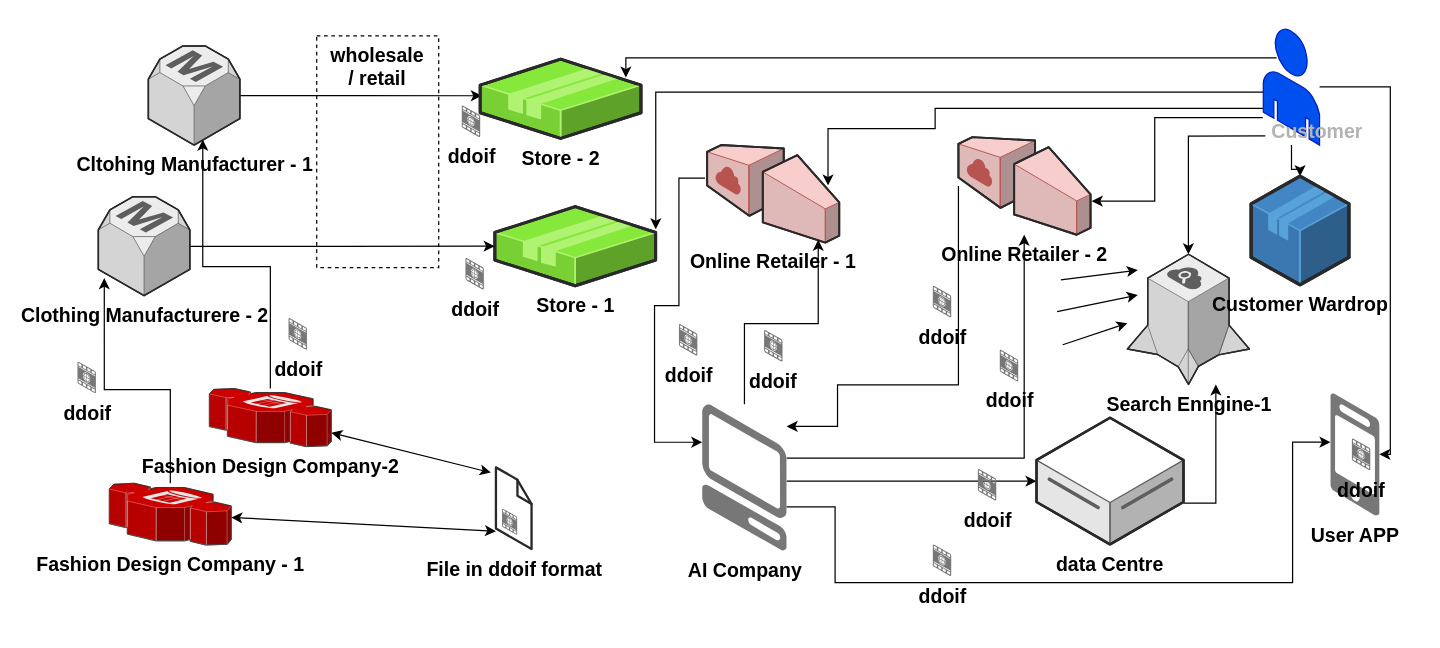
The draw.io diagram ddoif_workflow.drawio in morawi/ddoif, before the edit. Source tidied: cells renumbered, new cells numbered last; positions are measured from the earlier drawing's top-left corner, leaving out a move shared by most shapes. Both pictures are drawn from the tidied source at 122%, with x=0, y=0 at pixel (77, 28).
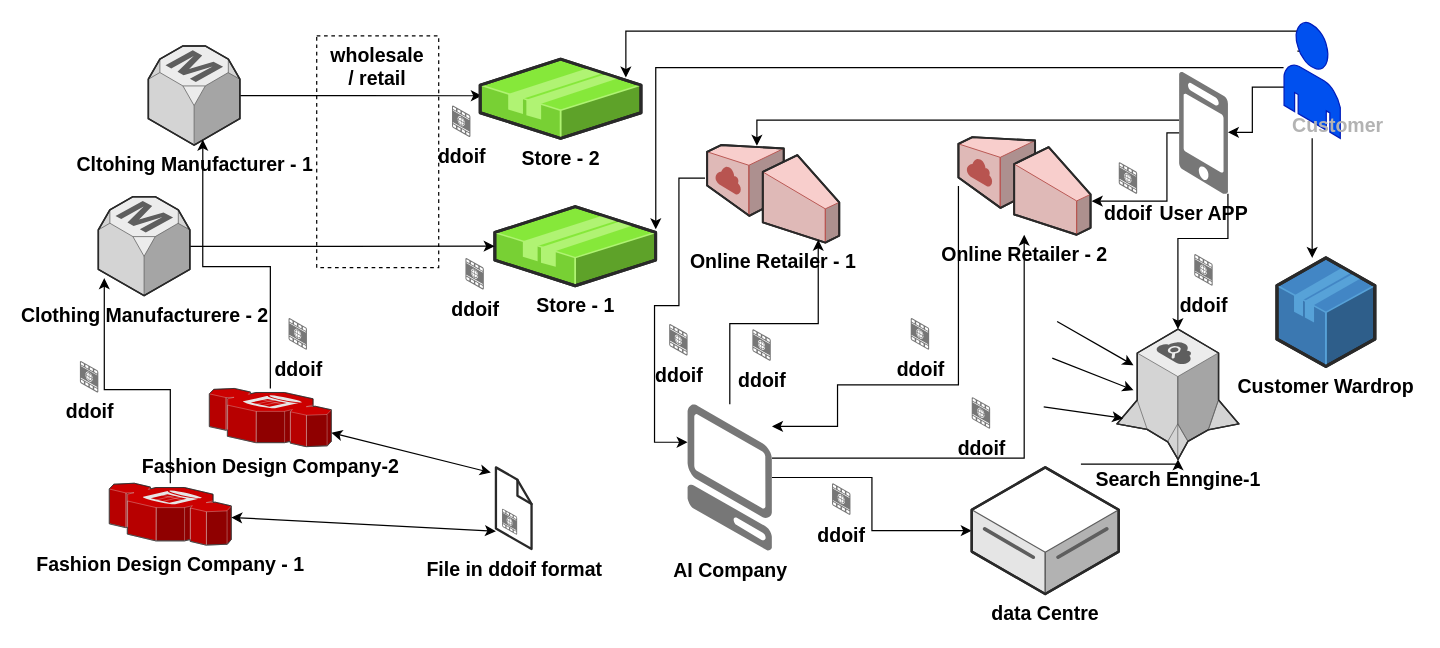
The same page after the edit.

Unchanged cells that the change refers to:
```xml
<mxCell id="4" value="&lt;b style=&quot;font-size: 16px;&quot;&gt;Online Retailer - 1&lt;/b&gt;" style="verticalLabelPosition=bottom;html=1;verticalAlign=top;strokeWidth=1;dashed=0;shape=mxgraph.aws3d.internetGateway;fillColor=#f8cecc;strokeColor=#b85450;rounded=1;shadow=0;comic=0;fontSize=16;flipH=1;flipV=0;fontFamily=Helvetica;" parent="1" vertex="1">
  <mxGeometry x="516.1" y="95.4" width="108.3" height="80" as="geometry" />
</mxCell>
<mxCell id="5" value="&lt;b style=&quot;font-size: 16px;&quot;&gt;Store - 1&lt;/b&gt;" style="verticalLabelPosition=bottom;html=1;verticalAlign=top;strokeWidth=1;dashed=0;shape=mxgraph.aws3d.application2;fillColor=#86E83A;strokeColor=#B0F373;rounded=1;shadow=0;comic=0;fontSize=16;fontFamily=Helvetica;" parent="1" vertex="1">
  <mxGeometry x="342.1" y="145.8" width="131.8" height="64.9" as="geometry" />
</mxCell>
<mxCell id="13" value="&lt;b style=&quot;font-size: 16px&quot;&gt;&lt;font style=&quot;font-size: 16px&quot;&gt;&lt;br style=&quot;font-size: 16px&quot;&gt;&lt;br style=&quot;font-size: 16px&quot;&gt;&lt;font color=&quot;#b3b3b3&quot;&gt;Customer&amp;nbsp; &amp;nbsp; &amp;nbsp;&lt;/font&gt;&lt;/font&gt;&lt;/b&gt;" style="text;html=1;align=center;verticalAlign=middle;points=[];shadow=0;fontSize=16;fontFamily=Helvetica;" parent="12" vertex="1">
  <mxGeometry x="-0.4" y="35.4" width="110" height="60" as="geometry" />
</mxCell>
<mxCell id="36" value="&lt;b style=&quot;font-size: 16px;&quot;&gt;Online Retailer - 2&lt;/b&gt;" style="verticalLabelPosition=bottom;html=1;verticalAlign=top;strokeWidth=1;dashed=0;shape=mxgraph.aws3d.internetGateway;fillColor=#f8cecc;strokeColor=#b85450;rounded=1;shadow=0;comic=0;fontSize=16;flipH=1;flipV=0;fontFamily=Helvetica;" parent="1" vertex="1">
  <mxGeometry x="722.1" y="88.9" width="108.3" height="80" as="geometry" />
</mxCell>
<mxCell id="39" value="&lt;b style=&quot;font-size: 16px;&quot;&gt;Store - 2&lt;/b&gt;" style="verticalLabelPosition=bottom;html=1;verticalAlign=top;strokeWidth=1;dashed=0;shape=mxgraph.aws3d.application2;fillColor=#86E83A;strokeColor=#B0F373;rounded=1;shadow=0;comic=0;fontSize=16;fontFamily=Helvetica;" parent="1" vertex="1">
  <mxGeometry x="330.1" y="25" width="131.8" height="64.9" as="geometry" />
</mxCell>
```

What changed in the source:
```diff
@@
-    <mxCell id="8" style="edgeStyle=orthogonalEdgeStyle;rounded=0;jettySize=auto;html=1;fontSize=16;fontFamily=Helvetica;entryX=1.001;entryY=0.287;entryDx=0;entryDy=0;entryPerimeter=0;" parent="1" edge="1" source="12" target="5">
+    <mxCell id="8" style="edgeStyle=orthogonalEdgeStyle;rounded=0;jettySize=auto;html=1;fontSize=16;fontFamily=Helvetica;entryX=1.001;entryY=0.287;entryDx=0;entryDy=0;entryPerimeter=0;" parent="1" edge="1" source="13" target="5">
       <mxGeometry relative="1" as="geometry">
         <Array as="points">
-          <mxPoint x="474" y="52" />
+          <mxPoint x="1027" y="32" />
+          <mxPoint x="474" y="32" />
         </Array>
       </mxGeometry>
     </mxCell>
     <mxCell id="9" style="edgeStyle=orthogonalEdgeStyle;rounded=0;jettySize=auto;html=1;entryX=0.906;entryY=0.233;entryDx=0;entryDy=0;entryPerimeter=0;fontSize=16;exitX=0.237;exitY=0.25;exitDx=0;exitDy=0;exitPerimeter=0;fontFamily=Helvetica;" parent="1" edge="1" source="12" target="39">
       <mxGeometry relative="1" as="geometry">
         <Array as="points">
-          <mxPoint x="449.1" y="23.9" />
+          <mxPoint x="1006" y="2" />
+          <mxPoint x="450" y="2" />
         </Array>
       </mxGeometry>
     </mxCell>
+    <mxCell id="11" style="edgeStyle=orthogonalEdgeStyle;rounded=0;jettySize=auto;html=1;fontSize=16;fontFamily=Helvetica;" parent="1" edge="1" source="12" target="25">
+      <mxGeometry relative="1" as="geometry">
+        <Array as="points">
+          <mxPoint x="1023" y="48" />
+        </Array>
+      </mxGeometry>
+    </mxCell>
+    <mxCell id="57" style="edgeStyle=orthogonalEdgeStyle;rounded=0;jettySize=auto;html=1;" parent="1" edge="1" source="22" target="14">
+      <mxGeometry relative="1" as="geometry">
+        <Array as="points">
+          <mxPoint x="943" y="172" />
+          <mxPoint x="902" y="172" />
+        </Array>
+      </mxGeometry>
+    </mxCell>
-    <mxCell id="10" style="edgeStyle=orthogonalEdgeStyle;rounded=0;jettySize=auto;html=1;fontSize=16;fontFamily=Helvetica;" parent="1" edge="1" source="12" target="22">
+    <mxCell id="10" style="edgeStyle=orthogonalEdgeStyle;rounded=0;jettySize=auto;html=1;" parent="1" edge="1" source="12" target="22">
       <mxGeometry relative="1" as="geometry">
         <Array as="points">
-          <mxPoint x="1076.1" y="47.9" />
-          <mxPoint x="1076.1" y="348.9" />
+          <mxPoint x="963" y="48" />
+          <mxPoint x="963" y="85" />
         </Array>
       </mxGeometry>
     </mxCell>
-    <mxCell id="11" style="edgeStyle=orthogonalEdgeStyle;rounded=0;jettySize=auto;html=1;fontSize=16;fontFamily=Helvetica;" parent="1" edge="1" source="12" target="25">
-      <mxGeometry relative="1" as="geometry" />
-    </mxCell>
     <mxCell id="12" style="verticalLabelPosition=bottom;html=1;verticalAlign=top;strokeWidth=1;align=center;outlineConnect=0;dashed=0;outlineConnect=0;shape=mxgraph.aws3d.end_user;strokeColor=#001DBC;fillColor=#0050ef;fontColor=#ffffff;shadow=0;fontSize=16;fontFamily=Helvetica;" parent="1" vertex="1">
-      <mxGeometry x="972" width="46.1" height="95.4" as="geometry" />
+      <mxGeometry x="989" y="-5.5" width="46.1" height="95.4" as="geometry" />
     </mxCell>
@@
     <mxCell id="14" value="&lt;font style=&quot;font-size: 16px;&quot;&gt;&lt;b style=&quot;font-size: 16px;&quot;&gt;Search Enngine-1&lt;/b&gt;&lt;/font&gt;" style="verticalLabelPosition=bottom;html=1;verticalAlign=top;strokeWidth=1;align=center;outlineConnect=0;dashed=0;outlineConnect=0;shape=mxgraph.aws3d.searchEngine;fillColor=#ECECEC;strokeColor=#5E5E5E;shadow=0;fontSize=16;fontFamily=Helvetica;" parent="1" vertex="1">
-      <mxGeometry x="860.6" y="184.9" width="100" height="106.7" as="geometry" />
+      <mxGeometry x="852" y="246.3" width="100" height="106.7" as="geometry" />
     </mxCell>
@@
+    <mxCell id="17" style="edgeStyle=orthogonalEdgeStyle;rounded=0;jettySize=auto;html=1;entryX=0.159;entryY=0.97;entryDx=0;entryDy=0;entryPerimeter=0;" parent="1" edge="1" source="18" target="4">
+      <mxGeometry relative="1" as="geometry" />
+    </mxCell>
-    <mxCell id="16" style="edgeStyle=orthogonalEdgeStyle;rounded=0;jettySize=auto;html=1;fontSize=16;fontFamily=Helvetica;" parent="1" edge="1" source="18" target="21">
-      <mxGeometry relative="1" as="geometry">
-        <Array as="points">
-          <mxPoint x="686.1" y="370.9" />
-          <mxPoint x="686.1" y="370.9" />
-        </Array>
-      </mxGeometry>
+    <mxCell id="16" style="edgeStyle=orthogonalEdgeStyle;rounded=0;jettySize=auto;html=1;" parent="1" edge="1" source="18" target="21">
+      <mxGeometry relative="1" as="geometry" />
     </mxCell>
-    <mxCell id="17" style="edgeStyle=orthogonalEdgeStyle;rounded=0;jettySize=auto;html=1;entryX=0.159;entryY=0.97;entryDx=0;entryDy=0;entryPerimeter=0;" parent="1" edge="1" source="18" target="4">
-      <mxGeometry relative="1" as="geometry" />
-    </mxCell>
     <mxCell id="18" value="&lt;span style=&quot;font-size: 16px;&quot;&gt;&lt;b style=&quot;font-size: 16px;&quot;&gt;AI Company&lt;/b&gt;&lt;/span&gt;" style="verticalLabelPosition=bottom;html=1;verticalAlign=top;strokeWidth=1;align=center;outlineConnect=0;dashed=0;outlineConnect=0;shape=mxgraph.aws3d.client;strokeColor=none;fillColor=#777777;shadow=0;fontSize=16;fontFamily=Helvetica;" parent="1" vertex="1">
-      <mxGeometry x="512.1" y="307.9" width="69.2" height="120" as="geometry" />
+      <mxGeometry x="500.1" y="307.9" width="69.2" height="120" as="geometry" />
     </mxCell>
-    <mxCell id="19" style="edgeStyle=orthogonalEdgeStyle;rounded=0;jettySize=auto;html=1;fontSize=16;fontFamily=Helvetica;" parent="1" edge="1" source="21" target="14">
+    <mxCell id="19" style="edgeStyle=orthogonalEdgeStyle;rounded=0;jettySize=auto;html=1;fontSize=16;fontFamily=Helvetica;" parent="1" edge="1" target="14">
       <mxGeometry relative="1" as="geometry">
+        <mxPoint x="822.5" y="356.9" as="sourcePoint" />
         <Array as="points">
-          <mxPoint x="933.1" y="388.9" />
+          <mxPoint x="902.1" y="356.9" />
         </Array>
       </mxGeometry>
     </mxCell>
-    <mxCell id="20" style="edgeStyle=orthogonalEdgeStyle;rounded=0;jettySize=auto;html=1;fontSize=16;entryX=0;entryY=0.4;entryDx=0;entryDy=0;entryPerimeter=0;fontFamily=Helvetica;" parent="1" edge="1" source="18" target="22">
-      <mxGeometry relative="1" as="geometry">
-        <Array as="points">
-          <mxPoint x="621" y="392" />
-          <mxPoint x="621" y="454" />
-          <mxPoint x="996" y="454" />
-          <mxPoint x="996" y="339" />
-        </Array>
-      </mxGeometry>
-    </mxCell>
     <mxCell id="21" value="&lt;font style=&quot;font-size: 16px;&quot;&gt;&lt;b style=&quot;font-size: 16px;&quot;&gt;data Centre&lt;/b&gt;&lt;/font&gt;" style="verticalLabelPosition=bottom;html=1;verticalAlign=top;strokeWidth=1;align=center;outlineConnect=0;dashed=0;outlineConnect=0;shape=mxgraph.aws3d.dataServer;strokeColor=#5E5E5E;shadow=0;fontSize=16;fontFamily=Helvetica;" parent="1" vertex="1">
-      <mxGeometry x="786.1" y="318.9" width="120.5" height="103.8" as="geometry" />
+      <mxGeometry x="733" y="359.6" width="120.5" height="103.8" as="geometry" />
     </mxCell>
+    <mxCell id="58" style="edgeStyle=orthogonalEdgeStyle;rounded=0;jettySize=auto;html=1;entryX=0.623;entryY=0.008;entryDx=0;entryDy=0;entryPerimeter=0;" parent="1" edge="1" source="22" target="4">
+      <mxGeometry relative="1" as="geometry">
+        <Array as="points">
+          <mxPoint x="557" y="75" />
+        </Array>
+      </mxGeometry>
+    </mxCell>
     <mxCell id="22" value="&lt;font style=&quot;font-size: 16px;&quot;&gt;&lt;b style=&quot;font-size: 16px;&quot;&gt;User APP&lt;/b&gt;&lt;/font&gt;" style="verticalLabelPosition=bottom;html=1;verticalAlign=top;strokeWidth=1;align=center;outlineConnect=0;dashed=0;outlineConnect=0;shape=mxgraph.aws3d.mobile_worker;strokeColor=none;fillColor=#777777;shadow=0;fontSize=16;fontFamily=Helvetica;" parent="1" vertex="1">
-      <mxGeometry x="1027.1" y="298.9" width="40" height="100" as="geometry" />
+      <mxGeometry x="903" y="35.4" width="40" height="100" as="geometry" />
     </mxCell>
@@
     <mxCell id="25" value="&lt;b style=&quot;font-size: 16px;&quot;&gt;&lt;font style=&quot;font-size: 16px;&quot;&gt;Customer Wardrop&lt;/font&gt;&lt;/b&gt;" style="verticalLabelPosition=bottom;html=1;verticalAlign=top;strokeWidth=1;align=center;outlineConnect=0;dashed=0;outlineConnect=0;shape=mxgraph.aws3d.application;fillColor=#4286c5;strokeColor=#57A2D8;shadow=0;fontSize=16;fontFamily=Helvetica;" parent="1" vertex="1">
-      <mxGeometry x="962" y="120.9" width="80.2" height="89" as="geometry" />
+      <mxGeometry x="983.2" y="187.9" width="80.2" height="89" as="geometry" />
     </mxCell>
@@
-    <mxCell id="37" style="edgeStyle=orthogonalEdgeStyle;rounded=0;jettySize=auto;html=1;fontSize=16;fontFamily=Helvetica;entryX=0.085;entryY=0.414;entryDx=0;entryDy=0;entryPerimeter=0;" parent="1" edge="1" source="13" target="4">
-      <mxGeometry relative="1" as="geometry">
-        <Array as="points">
-          <mxPoint x="703" y="65" />
-          <mxPoint x="703" y="82" />
-          <mxPoint x="615" y="82" />
-        </Array>
-      </mxGeometry>
-    </mxCell>
-    <mxCell id="38" style="edgeStyle=orthogonalEdgeStyle;rounded=0;jettySize=auto;html=1;entryX=-0.009;entryY=0.656;entryDx=0;entryDy=0;entryPerimeter=0;fontSize=16;fontFamily=Helvetica;" parent="1" edge="1" source="13" target="36">
+    <mxCell id="38" style="edgeStyle=orthogonalEdgeStyle;rounded=0;jettySize=auto;html=1;entryX=-0.009;entryY=0.656;entryDx=0;entryDy=0;entryPerimeter=0;fontSize=16;fontFamily=Helvetica;" parent="1" edge="1" source="22" target="36">
       <mxGeometry relative="1" as="geometry">
         <Array as="points">
-          <mxPoint x="883" y="73" />
-          <mxPoint x="883" y="141" />
+          <mxPoint x="893" y="85" />
+          <mxPoint x="893" y="141" />
         </Array>
       </mxGeometry>
     </mxCell>
@@
-    <mxCell id="40" style="edgeStyle=orthogonalEdgeStyle;rounded=0;jettySize=auto;html=1;fontSize=16;exitX=0.019;exitY=0.876;exitDx=0;exitDy=0;exitPerimeter=0;fontFamily=Helvetica;" parent="1" edge="1" source="13" target="14">
-      <mxGeometry relative="1" as="geometry" />
-    </mxCell>
     <mxCell id="41" style="endArrow=classic;html=1;fontSize=16;fontFamily=Helvetica;" parent="1" edge="1">
       <mxGeometry relative="1" as="geometry">
-        <mxPoint x="806.1" y="205.9" as="sourcePoint" />
-        <mxPoint x="869.1" y="197.9" as="targetPoint" />
+        <mxPoint x="803" y="240" as="sourcePoint" />
+        <mxPoint x="865.6" y="275.9" as="targetPoint" />
       </mxGeometry>
     </mxCell>
     <mxCell id="42" style="endArrow=classic;html=1;fontSize=16;fontFamily=Helvetica;" parent="1" edge="1">
       <mxGeometry relative="1" as="geometry">
-        <mxPoint x="803" y="232" as="sourcePoint" />
-        <mxPoint x="869.1" y="218.3" as="targetPoint" />
+        <mxPoint x="799" y="270" as="sourcePoint" />
+        <mxPoint x="865.6" y="296.3" as="targetPoint" />
       </mxGeometry>
     </mxCell>
@@
     <mxCell id="46" value="&lt;b style=&quot;font-size: 16px;&quot;&gt;ddoif&lt;/b&gt;" style="verticalLabelPosition=bottom;html=1;verticalAlign=top;strokeWidth=1;align=center;dashed=0;shape=mxgraph.aws3d.image;strokeColor=none;fillColor=#777777;shadow=0;fontSize=16;fontFamily=Helvetica;" parent="1" vertex="1">
-      <mxGeometry x="315" y="62.9" width="15.1" height="26" as="geometry" />
+      <mxGeometry x="307" y="62.9" width="15.1" height="26" as="geometry" />
     </mxCell>
@@
     <mxCell id="48" value="&lt;b style=&quot;font-size: 16px;&quot;&gt;ddoif&lt;/b&gt;" style="verticalLabelPosition=bottom;html=1;verticalAlign=top;strokeWidth=1;align=center;dashed=0;shape=mxgraph.aws3d.image;strokeColor=none;fillColor=#777777;shadow=0;fontSize=16;fontFamily=Helvetica;" parent="1" vertex="1">
-      <mxGeometry x="493" y="242" width="15.1" height="26" as="geometry" />
+      <mxGeometry x="485" y="242" width="15.1" height="26" as="geometry" />
     </mxCell>
     <mxCell id="49" value="&lt;b style=&quot;font-size: 16px;&quot;&gt;ddoif&lt;/b&gt;" style="verticalLabelPosition=bottom;html=1;verticalAlign=top;strokeWidth=1;align=center;dashed=0;shape=mxgraph.aws3d.image;strokeColor=none;fillColor=#777777;shadow=0;fontSize=16;fontFamily=Helvetica;" parent="1" vertex="1">
-      <mxGeometry x="562.8" y="246.9" width="15.1" height="26" as="geometry" />
+      <mxGeometry x="553.2" y="246.3" width="15.1" height="26" as="geometry" />
     </mxCell>
     <mxCell id="50" value="&lt;b style=&quot;font-size: 16px;&quot;&gt;ddoif&lt;/b&gt;" style="verticalLabelPosition=bottom;html=1;verticalAlign=top;strokeWidth=1;align=center;dashed=0;shape=mxgraph.aws3d.image;strokeColor=none;fillColor=#777777;shadow=0;fontSize=16;fontFamily=Helvetica;" parent="1" vertex="1">
-      <mxGeometry x="701.1" y="210.7" width="15.1" height="26" as="geometry" />
+      <mxGeometry x="683" y="237.2" width="15.1" height="26" as="geometry" />
     </mxCell>
     <mxCell id="51" value="&lt;b style=&quot;font-size: 16px;&quot;&gt;ddoif&lt;/b&gt;" style="verticalLabelPosition=bottom;html=1;verticalAlign=top;strokeWidth=1;align=center;dashed=0;shape=mxgraph.aws3d.image;strokeColor=none;fillColor=#777777;shadow=0;fontSize=16;fontFamily=Helvetica;" parent="1" vertex="1">
-      <mxGeometry x="756" y="263.2" width="15.1" height="26" as="geometry" />
+      <mxGeometry x="733" y="302" width="15.1" height="26" as="geometry" />
     </mxCell>
     <mxCell id="52" value="&lt;b style=&quot;font-size: 16px;&quot;&gt;ddoif&lt;/b&gt;" style="verticalLabelPosition=bottom;html=1;verticalAlign=top;strokeWidth=1;align=center;dashed=0;shape=mxgraph.aws3d.image;strokeColor=none;fillColor=#777777;shadow=0;fontSize=16;fontFamily=Helvetica;" parent="1" vertex="1">
-      <mxGeometry x="738" y="360.9" width="15.1" height="26" as="geometry" />
+      <mxGeometry x="618.5" y="372.6" width="15.1" height="26" as="geometry" />
     </mxCell>
     <mxCell id="53" value="&lt;b style=&quot;font-size: 16px;&quot;&gt;ddoif&lt;/b&gt;" style="verticalLabelPosition=bottom;html=1;verticalAlign=top;strokeWidth=1;align=center;dashed=0;shape=mxgraph.aws3d.image;strokeColor=none;fillColor=#777777;shadow=0;fontSize=16;fontFamily=Helvetica;" parent="1" vertex="1">
-      <mxGeometry x="701.1" y="422.7" width="15.1" height="26" as="geometry" />
+      <mxGeometry x="915.4" y="184.7" width="15.1" height="26" as="geometry" />
     </mxCell>
     <mxCell id="54" value="&lt;b style=&quot;font-size: 16px;&quot;&gt;ddoif&lt;/b&gt;" style="verticalLabelPosition=bottom;html=1;verticalAlign=top;strokeWidth=1;align=center;dashed=0;shape=mxgraph.aws3d.image;strokeColor=none;fillColor=#777777;shadow=0;fontSize=16;fontFamily=Helvetica;" parent="1" vertex="1">
-      <mxGeometry x="1044.6" y="335.9" width="15.1" height="26" as="geometry" />
+      <mxGeometry x="853.5" y="109.4" width="15.1" height="26" as="geometry" />
     </mxCell>
     <mxCell id="55" value="&lt;b style=&quot;font-size: 16px;&quot;&gt;ddoif&lt;/b&gt;" style="verticalLabelPosition=bottom;html=1;verticalAlign=top;strokeWidth=1;align=center;dashed=0;shape=mxgraph.aws3d.image;strokeColor=none;fillColor=#777777;shadow=0;fontSize=16;fontFamily=Helvetica;" parent="1" vertex="1">
-      <mxGeometry y="272.9" width="15.1" height="26" as="geometry" />
+      <mxGeometry x="2" y="272.3" width="15.1" height="26" as="geometry" />
     </mxCell>
     <mxCell id="56" style="endArrow=classic;html=1;fontSize=16;fontFamily=Helvetica;" parent="1" edge="1">
       <mxGeometry relative="1" as="geometry">
-        <mxPoint x="807.6" y="259.1" as="sourcePoint" />
-        <mxPoint x="860.6" y="241.4" as="targetPoint" />
+        <mxPoint x="792" y="310" as="sourcePoint" />
+        <mxPoint x="857.1" y="319.4" as="targetPoint" />
       </mxGeometry>
     </mxCell>
```
